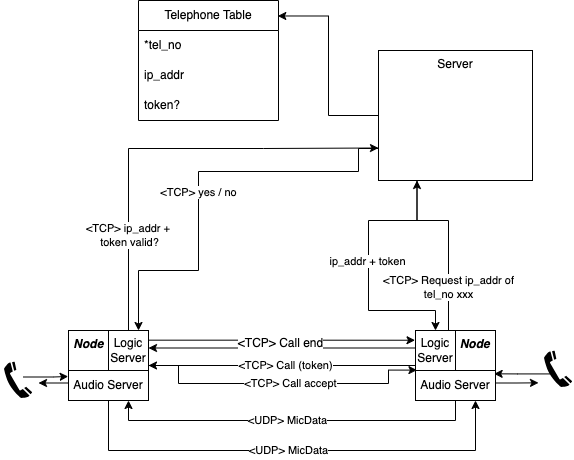
The draw.io diagram intercomNetwork.png in Riley-horrix/intercom, before a commit. Source tidied: cells renumbered, new cells last; positions are measured from the earlier drawing's top-left corner, leaving out a move shared by most shapes.
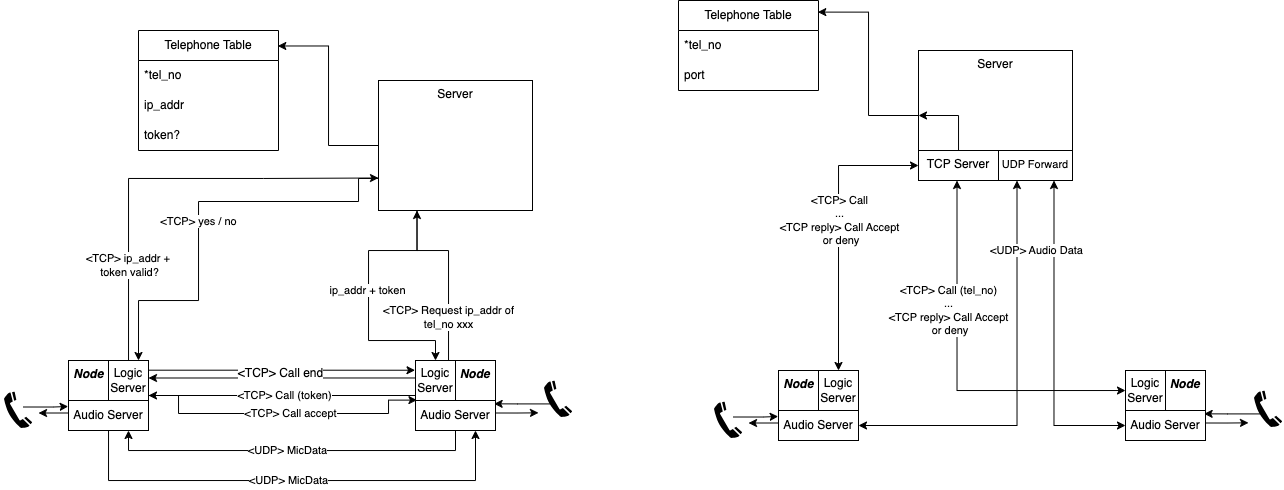
The same diagram one commit later.

Commit message:
feat: Major work on the logic backend and error handling in the audio device

Change to the diagram source:
```diff
@@ -2,6 +2,9 @@
   <root>
     <mxCell id="0" />
     <mxCell id="1" parent="0" />
+    <mxCell id="39" style="edgeStyle=orthogonalEdgeStyle;rounded=0;jettySize=auto;html=1;exitX=0.25;exitY=1;exitDx=0;exitDy=0;entryX=1;entryY=0.5;entryDx=0;entryDy=0;startArrow=classic;startFill=1;" parent="1" edge="1" source="65" target="62">
+      <mxGeometry relative="1" as="geometry" />
+    </mxCell>
     <mxCell id="2" style="edgeStyle=orthogonalEdgeStyle;rounded=0;jettySize=auto;html=1;entryX=1;entryY=0.25;entryDx=0;entryDy=0;" parent="1" edge="1" source="18" target="10">
       <mxGeometry relative="1" as="geometry">
         <Array as="points">
@@ -178,5 +181,99 @@
     <mxCell id="38" value="Audio Server" style="rounded=0;whiteSpace=wrap;html=1;" parent="1" vertex="1">
       <mxGeometry x="60" y="370" width="80" height="30" as="geometry" />
     </mxCell>
+    <mxCell id="40" style="edgeStyle=orthogonalEdgeStyle;rounded=0;jettySize=auto;html=1;exitX=0;exitY=0.75;exitDx=0;exitDy=0;" parent="1" edge="1" source="41">
+      <mxGeometry relative="1" as="geometry">
+        <mxPoint x="740" y="392.3" as="targetPoint" />
+      </mxGeometry>
+    </mxCell>
+    <mxCell id="41" value="&lt;b&gt;&lt;i&gt;&amp;nbsp;Node&lt;/i&gt;&lt;/b&gt;" style="rounded=0;whiteSpace=wrap;html=1;verticalAlign=top;align=left;" parent="1" vertex="1">
+      <mxGeometry x="770" y="340" width="80" height="70" as="geometry" />
+    </mxCell>
+    <mxCell id="42" style="edgeStyle=orthogonalEdgeStyle;rounded=0;jettySize=auto;html=1;exitX=1;exitY=0.75;exitDx=0;exitDy=0;" parent="1" edge="1" source="43">
+      <mxGeometry relative="1" as="geometry">
+        <mxPoint x="1240" y="392.3" as="targetPoint" />
+      </mxGeometry>
+    </mxCell>
+    <mxCell id="43" value="&lt;b&gt;&lt;i&gt;Node&amp;nbsp;&lt;/i&gt;&lt;/b&gt;" style="rounded=0;whiteSpace=wrap;html=1;align=right;verticalAlign=top;" parent="1" vertex="1">
+      <mxGeometry x="1117" y="340" width="80" height="70" as="geometry" />
+    </mxCell>
+    <mxCell id="44" value="Server" style="rounded=0;whiteSpace=wrap;html=1;verticalAlign=top;" parent="1" vertex="1">
+      <mxGeometry x="910" y="20" width="154" height="130" as="geometry" />
+    </mxCell>
+    <mxCell id="45" value="Telephone Table" style="swimlane;fontStyle=0;horizontal=1;startSize=30;whiteSpace=wrap;html=1;" parent="1" vertex="1">
+      <mxGeometry x="670" y="-30" width="140" height="90" as="geometry" />
+    </mxCell>
+    <mxCell id="46" value="*tel_no" style="text;strokeColor=none;fillColor=none;align=left;verticalAlign=middle;spacingLeft=4;spacingRight=4;overflow=hidden;whiteSpace=wrap;html=1;" parent="45" vertex="1">
+      <mxGeometry y="30" width="140" height="30" as="geometry" />
+    </mxCell>
+    <mxCell id="47" value="port" style="text;strokeColor=none;fillColor=none;align=left;verticalAlign=middle;spacingLeft=4;spacingRight=4;overflow=hidden;whiteSpace=wrap;html=1;" parent="45" vertex="1">
+      <mxGeometry y="60" width="140" height="30" as="geometry" />
+    </mxCell>
+    <mxCell id="48" style="edgeStyle=orthogonalEdgeStyle;rounded=0;jettySize=auto;html=1;entryX=0.995;entryY=0.129;entryDx=0;entryDy=0;entryPerimeter=0;" parent="1" edge="1" source="44" target="45">
+      <mxGeometry relative="1" as="geometry" />
+    </mxCell>
+    <mxCell id="49" style="edgeStyle=orthogonalEdgeStyle;rounded=0;jettySize=auto;html=1;exitX=0.5;exitY=0;exitDx=0;exitDy=0;entryX=0;entryY=0.5;entryDx=0;entryDy=0;startArrow=classic;startFill=1;" parent="1" edge="1" source="51" target="64">
+      <mxGeometry relative="1" as="geometry">
+        <Array as="points">
+          <mxPoint x="830" y="135" />
+        </Array>
+      </mxGeometry>
+    </mxCell>
+    <mxCell id="50" value="&amp;lt;TCP&amp;gt; Call&lt;div&gt;...&lt;/div&gt;&lt;div&gt;&amp;lt;TCP reply&amp;gt; Call Accept&lt;/div&gt;&lt;div&gt;&amp;nbsp;or deny&lt;/div&gt;" style="edgeLabel;html=1;align=center;verticalAlign=middle;" parent="49" vertex="1">
+      <mxGeometry x="0.05" y="-1" relative="1" as="geometry" />
+    </mxCell>
+    <mxCell id="51" value="Logic&lt;div&gt;Server&lt;/div&gt;" style="rounded=0;whiteSpace=wrap;html=1;" parent="1" vertex="1">
+      <mxGeometry x="810" y="340" width="40" height="40" as="geometry" />
+    </mxCell>
+    <mxCell id="52" style="edgeStyle=orthogonalEdgeStyle;rounded=0;jettySize=auto;html=1;entryX=0.25;entryY=1;entryDx=0;entryDy=0;startArrow=classic;startFill=1;" parent="1" edge="1" source="54" target="44">
+      <mxGeometry relative="1" as="geometry" />
+    </mxCell>
+    <mxCell id="53" value="&amp;lt;TCP&amp;gt; Call (tel_no)&lt;div&gt;...&lt;/div&gt;&lt;div&gt;&amp;lt;TCP reply&amp;gt; Call Accept&lt;/div&gt;&lt;div&gt;&amp;nbsp;or deny&lt;/div&gt;" style="edgeLabel;html=1;align=center;verticalAlign=middle;" parent="52" vertex="1">
+      <mxGeometry x="0.47" relative="1" as="geometry">
+        <mxPoint x="-9" y="30" as="offset" />
+      </mxGeometry>
+    </mxCell>
+    <mxCell id="54" value="Logic&lt;div&gt;Server&lt;/div&gt;" style="rounded=0;whiteSpace=wrap;html=1;" parent="1" vertex="1">
+      <mxGeometry x="1117" y="340" width="40" height="40" as="geometry" />
+    </mxCell>
+    <mxCell id="55" style="shape=mxgraph.signs.tech.telephone_5;html=1;fillColor=#000000;strokeColor=none;verticalLabelPosition=bottom;verticalAlign=top;align=center;rotation=-30;" parent="1" vertex="1">
+      <mxGeometry x="710" y="371" width="16" height="39" as="geometry" />
+    </mxCell>
+    <mxCell id="56" style="shape=mxgraph.signs.tech.telephone_5;html=1;fillColor=#000000;strokeColor=none;verticalLabelPosition=bottom;verticalAlign=top;align=center;rotation=-30;" parent="1" vertex="1">
+      <mxGeometry x="1250" y="360" width="16" height="39" as="geometry" />
+    </mxCell>
+    <mxCell id="57" style="edgeStyle=orthogonalEdgeStyle;rounded=0;jettySize=auto;html=1;exitX=1;exitY=0.5;exitDx=0;exitDy=0;exitPerimeter=0;entryX=-0.004;entryY=0.657;entryDx=0;entryDy=0;entryPerimeter=0;" parent="1" edge="1" source="55" target="41">
+      <mxGeometry relative="1" as="geometry" />
+    </mxCell>
+    <mxCell id="58" style="edgeStyle=orthogonalEdgeStyle;rounded=0;jettySize=auto;html=1;exitX=0.01;exitY=0.5;exitDx=0;exitDy=0;exitPerimeter=0;entryX=0.983;entryY=0.619;entryDx=0;entryDy=0;entryPerimeter=0;" parent="1" edge="1" source="56" target="43">
+      <mxGeometry relative="1" as="geometry" />
+    </mxCell>
+    <mxCell id="59" style="edgeStyle=orthogonalEdgeStyle;rounded=0;jettySize=auto;html=1;entryX=0.75;entryY=1;entryDx=0;entryDy=0;startArrow=classic;startFill=1;" parent="1" edge="1" source="61" target="65">
+      <mxGeometry relative="1" as="geometry" />
+    </mxCell>
+    <mxCell id="60" value="&amp;lt;UDP&amp;gt; Audio Data" style="edgeLabel;html=1;align=center;verticalAlign=middle;" parent="59" vertex="1">
+      <mxGeometry x="0.33" y="-1" relative="1" as="geometry">
+        <mxPoint x="-19" y="-37" as="offset" />
+      </mxGeometry>
+    </mxCell>
+    <mxCell id="61" value="Audio Server" style="rounded=0;whiteSpace=wrap;html=1;" parent="1" vertex="1">
+      <mxGeometry x="1117" y="380" width="80" height="30" as="geometry" />
+    </mxCell>
+    <mxCell id="62" value="Audio Server" style="rounded=0;whiteSpace=wrap;html=1;" parent="1" vertex="1">
+      <mxGeometry x="770" y="380" width="80" height="30" as="geometry" />
+    </mxCell>
+    <mxCell id="63" style="edgeStyle=orthogonalEdgeStyle;rounded=0;jettySize=auto;html=1;entryX=0;entryY=0.5;entryDx=0;entryDy=0;" parent="1" edge="1" source="64" target="44">
+      <mxGeometry relative="1" as="geometry">
+        <Array as="points">
+          <mxPoint x="950" y="85" />
+        </Array>
+      </mxGeometry>
+    </mxCell>
+    <mxCell id="64" value="TCP Server" style="rounded=0;whiteSpace=wrap;html=1;verticalAlign=top;" parent="1" vertex="1">
+      <mxGeometry x="910" y="120" width="80" height="30" as="geometry" />
+    </mxCell>
+    <mxCell id="65" value="&lt;font style=&quot;font-size: 11px;&quot;&gt;UDP Forward&lt;/font&gt;" style="rounded=0;whiteSpace=wrap;html=1;verticalAlign=top;" parent="1" vertex="1">
+      <mxGeometry x="990" y="120" width="74" height="30" as="geometry" />
+    </mxCell>
   </root>
 </mxGraphModel>
```
